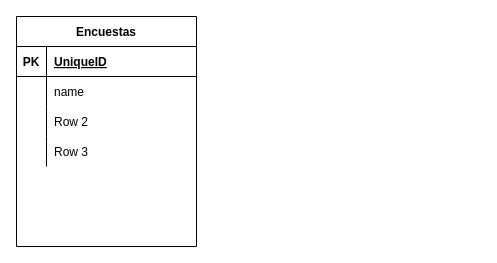
Before: Diagrama sin título.drawio in rodr7go/aprendible-spa, a draw.io diagram. Source tidied: cells renumbered, new cells numbered last; positions are measured from the earlier drawing's top-left corner, leaving out a move shared by most shapes. Both pictures are drawn from the tidied source at 100%, with x=0, y=0 at pixel (16, 16).
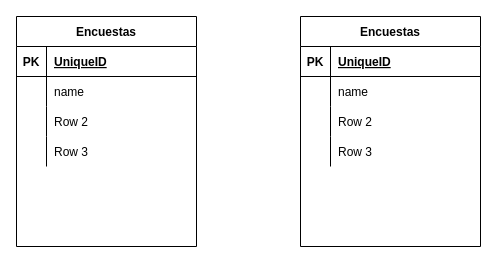
The same diagram, later.

What changed in the source:
```diff
@@
+    <mxCell id="15" value="Encuestas" style="shape=table;startSize=30;childLayout=tableLayout;rowLines=0;fontStyle=1;align=center;" parent="1" vertex="1">
+      <mxGeometry x="284" width="180" height="230" as="geometry" />
+    </mxCell>
+    <mxCell id="16" style="shape=tableRow;horizontal=0;startSize=0;swimlaneHead=0;swimlaneBody=0;fillColor=none;top=0;left=0;right=0;bottom=1;" parent="15" vertex="1">
+      <mxGeometry y="30" width="180" height="30" as="geometry" />
+    </mxCell>
+    <mxCell id="17" value="PK" style="shape=partialRectangle;fillColor=none;top=0;left=0;bottom=0;right=0;fontStyle=1;overflow=hidden;" parent="16" vertex="1">
+      <mxGeometry width="30" height="30" as="geometry" />
+    </mxCell>
+    <mxCell id="18" value="UniqueID" style="shape=partialRectangle;fillColor=none;top=0;left=0;bottom=0;right=0;align=left;spacingLeft=6;fontStyle=5;overflow=hidden;" parent="16" vertex="1">
+      <mxGeometry x="30" width="150" height="30" as="geometry" />
+    </mxCell>
+    <mxCell id="19" style="shape=tableRow;horizontal=0;startSize=0;swimlaneHead=0;swimlaneBody=0;fillColor=none;top=0;left=0;right=0;bottom=0;" parent="15" vertex="1">
+      <mxGeometry y="60" width="180" height="30" as="geometry" />
+    </mxCell>
+    <mxCell id="20" style="shape=partialRectangle;fillColor=none;top=0;left=0;bottom=0;right=0;overflow=hidden;" parent="19" vertex="1">
+      <mxGeometry width="30" height="30" as="geometry" />
+    </mxCell>
+    <mxCell id="21" value="name" style="shape=partialRectangle;fillColor=none;top=0;left=0;bottom=0;right=0;align=left;spacingLeft=6;overflow=hidden;" parent="19" vertex="1">
+      <mxGeometry x="30" width="150" height="30" as="geometry" />
+    </mxCell>
+    <mxCell id="22" style="shape=tableRow;horizontal=0;startSize=0;swimlaneHead=0;swimlaneBody=0;fillColor=none;top=0;left=0;right=0;bottom=0;" parent="15" vertex="1">
+      <mxGeometry y="90" width="180" height="30" as="geometry" />
+    </mxCell>
+    <mxCell id="23" style="shape=partialRectangle;fillColor=none;top=0;left=0;bottom=0;right=0;overflow=hidden;" parent="22" vertex="1">
+      <mxGeometry width="30" height="30" as="geometry" />
+    </mxCell>
+    <mxCell id="24" value="Row 2" style="shape=partialRectangle;fillColor=none;top=0;left=0;bottom=0;right=0;align=left;spacingLeft=6;overflow=hidden;" parent="22" vertex="1">
+      <mxGeometry x="30" width="150" height="30" as="geometry" />
+    </mxCell>
+    <mxCell id="25" style="shape=tableRow;horizontal=0;startSize=0;swimlaneHead=0;swimlaneBody=0;fillColor=none;top=0;left=0;right=0;bottom=0;" parent="15" vertex="1">
+      <mxGeometry y="120" width="180" height="30" as="geometry" />
+    </mxCell>
+    <mxCell id="26" style="shape=partialRectangle;fillColor=none;top=0;left=0;bottom=0;right=0;overflow=hidden;" parent="25" vertex="1">
+      <mxGeometry width="30" height="30" as="geometry" />
+    </mxCell>
+    <mxCell id="27" value="Row 3" style="shape=partialRectangle;fillColor=none;top=0;left=0;bottom=0;right=0;align=left;spacingLeft=6;overflow=hidden;" parent="25" vertex="1">
+      <mxGeometry x="30" width="150" height="30" as="geometry" />
+    </mxCell>
```
